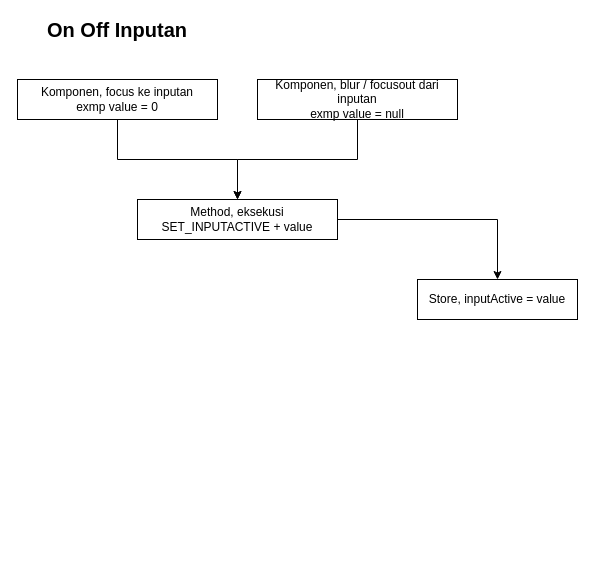
Before: Untitled Diagram.drawio in webprogrammingunpas/wpu-resolusi, a draw.io diagram. Source tidied: cells renumbered, new cells numbered last; positions are measured from the earlier drawing's top-left corner, leaving out a move shared by most shapes. Both pictures are drawn from the tidied source at 100%, with x=0, y=0 at pixel (17, 19).
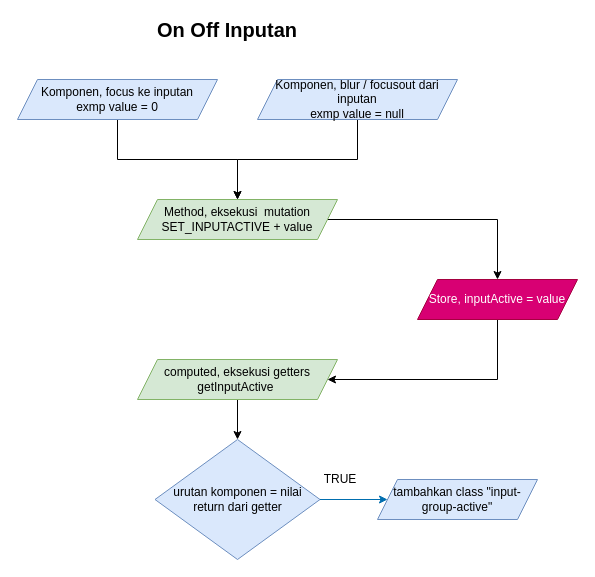
Above is the later version.

The edit, as a diff of the source:
```diff
@@
-    <mxCell id="3" value="Komponen, focus ke inputan&lt;br&gt;exmp value = 0" style="rounded=0;whiteSpace=wrap;html=1;" parent="1" vertex="1">
+    <mxCell id="3" value="Komponen, focus ke inputan&lt;br&gt;exmp value = 0" style="shape=parallelogram;perimeter=parallelogramPerimeter;whiteSpace=wrap;html=1;fixedSize=1;fontFamily=Helvetica;fontSize=12;fontColor=#000000;align=center;strokeColor=#6c8ebf;fillColor=#dae8fc;" parent="1" vertex="1">
       <mxGeometry y="60" width="200" height="40" as="geometry" />
     </mxCell>
@@
-    <mxCell id="5" value="Method, eksekusi SET_INPUTACTIVE + value" style="whiteSpace=wrap;html=1;rounded=0;" parent="1" vertex="1">
+    <mxCell id="5" value="Method, eksekusi&amp;nbsp; mutation SET_INPUTACTIVE + value" style="shape=parallelogram;perimeter=parallelogramPerimeter;whiteSpace=wrap;html=1;fixedSize=1;fontFamily=Helvetica;fontSize=12;fontColor=#000000;align=center;strokeColor=#82b366;fillColor=#d5e8d4;" parent="1" vertex="1">
       <mxGeometry x="120" y="180" width="200" height="40" as="geometry" />
     </mxCell>
     <mxCell id="6" value="&lt;b&gt;&lt;font style=&quot;font-size: 20px&quot;&gt;On Off Inputan&lt;/font&gt;&lt;/b&gt;" style="text;html=1;strokeColor=none;fillColor=none;align=center;verticalAlign=middle;whiteSpace=wrap;rounded=0;" parent="1" vertex="1">
-      <mxGeometry width="200" height="20" as="geometry" />
+      <mxGeometry x="110" width="200" height="20" as="geometry" />
     </mxCell>
+    <mxCell id="10" style="edgeStyle=orthogonalEdgeStyle;rounded=0;jettySize=auto;html=1;exitX=0.5;exitY=1;exitDx=0;exitDy=0;" parent="1" edge="1" source="7" target="12">
+      <mxGeometry relative="1" as="geometry">
+        <Array as="points">
+          <mxPoint x="480" y="360" />
+        </Array>
+      </mxGeometry>
+    </mxCell>
-    <mxCell id="7" value="Store, inputActive = value" style="whiteSpace=wrap;html=1;rounded=0;" parent="1" vertex="1">
+    <mxCell id="7" value="Store, inputActive = value" style="shape=parallelogram;perimeter=parallelogramPerimeter;whiteSpace=wrap;html=1;fixedSize=1;fontFamily=Helvetica;fontSize=12;fontColor=#ffffff;align=center;strokeColor=#A50040;fillColor=#d80073;" parent="1" vertex="1">
       <mxGeometry x="400" y="260" width="160" height="40" as="geometry" />
     </mxCell>
@@
-    <mxCell id="9" value="Komponen, blur / focusout dari inputan&lt;br&gt;exmp value = null" style="rounded=0;whiteSpace=wrap;html=1;" parent="1" vertex="1">
+    <mxCell id="9" value="Komponen, blur / focusout dari inputan&lt;br&gt;exmp value = null" style="shape=parallelogram;perimeter=parallelogramPerimeter;whiteSpace=wrap;html=1;fixedSize=1;fontFamily=Helvetica;fontSize=12;fontColor=#000000;align=center;strokeColor=#6c8ebf;fillColor=#dae8fc;" parent="1" vertex="1">
       <mxGeometry x="240" y="60" width="200" height="40" as="geometry" />
     </mxCell>
+    <mxCell id="11" style="edgeStyle=orthogonalEdgeStyle;rounded=0;jettySize=auto;html=1;exitX=0.5;exitY=1;exitDx=0;exitDy=0;entryX=0.5;entryY=0;entryDx=0;entryDy=0;" parent="1" edge="1" source="12" target="15">
+      <mxGeometry relative="1" as="geometry" />
+    </mxCell>
+    <mxCell id="12" value="computed, eksekusi getters getInputActive&lt;span&gt;&amp;nbsp;&lt;/span&gt;" style="shape=parallelogram;perimeter=parallelogramPerimeter;whiteSpace=wrap;html=1;fixedSize=1;fontFamily=Helvetica;fontSize=12;fontColor=#000000;align=center;strokeColor=#82b366;fillColor=#d5e8d4;" parent="1" vertex="1">
+      <mxGeometry x="120" y="340" width="200" height="40" as="geometry" />
+    </mxCell>
+    <mxCell id="13" style="edgeStyle=orthogonalEdgeStyle;rounded=0;jettySize=auto;html=1;exitX=0.5;exitY=0;exitDx=0;exitDy=0;" parent="1" edge="1" source="15">
+      <mxGeometry relative="1" as="geometry">
+        <mxPoint x="220" y="420" as="targetPoint" />
+      </mxGeometry>
+    </mxCell>
+    <mxCell id="14" style="edgeStyle=orthogonalEdgeStyle;rounded=0;jettySize=auto;html=1;exitX=1;exitY=0.5;exitDx=0;exitDy=0;entryX=0;entryY=0.5;entryDx=0;entryDy=0;fillColor=#1ba1e2;strokeColor=#006EAF;" parent="1" edge="1" source="15" target="16">
+      <mxGeometry relative="1" as="geometry" />
+    </mxCell>
+    <mxCell id="15" value="urutan komponen = nilai return dari getter" style="rhombus;whiteSpace=wrap;html=1;fillColor=#dae8fc;strokeColor=#6c8ebf;" parent="1" vertex="1">
+      <mxGeometry x="137.5" y="420" width="165" height="120" as="geometry" />
+    </mxCell>
+    <mxCell id="16" value="tambahkan class &quot;input-group-active&quot;" style="shape=parallelogram;perimeter=parallelogramPerimeter;whiteSpace=wrap;html=1;fixedSize=1;fontFamily=Helvetica;fontSize=12;align=center;strokeColor=#6c8ebf;fillColor=#dae8fc;" parent="1" vertex="1">
+      <mxGeometry x="360" y="460" width="160" height="40" as="geometry" />
+    </mxCell>
+    <mxCell id="17" value="TRUE" style="text;html=1;strokeColor=none;fillColor=none;align=center;verticalAlign=middle;whiteSpace=wrap;rounded=0;" parent="1" vertex="1">
+      <mxGeometry x="302.5" y="450" width="40" height="20" as="geometry" />
+    </mxCell>
```
